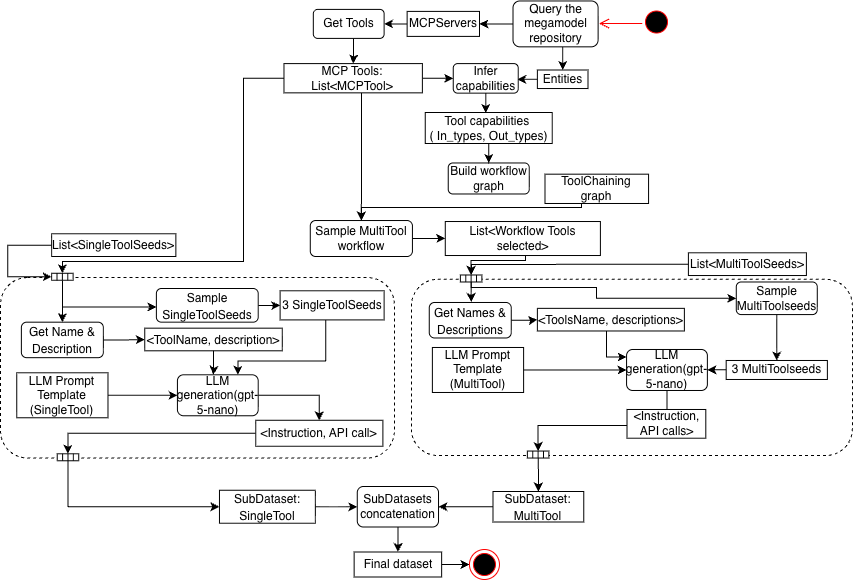
Above: images/dataset_generation.png in NaoMod/MegaModelEval (draw.io), before the change. Source tidied: cells renumbered, new cells last; positions are measured from the earlier drawing's top-left corner, leaving out a move shared by most shapes.
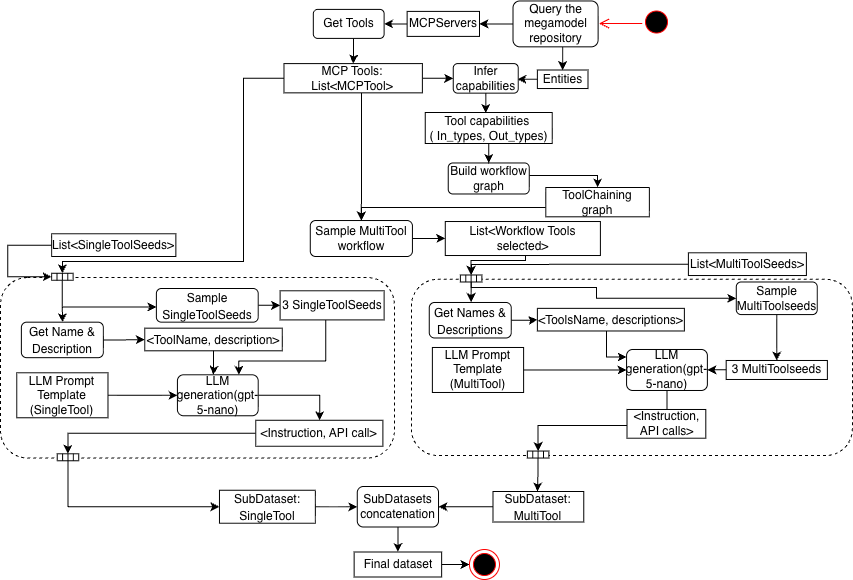
The same file after the commit.

Commit message:
Fix: Fixed picture' layout ( added a missing link)

Diff of the diagram source:
```diff
@@ -316,13 +316,13 @@
     <mxCell id="79" style="edgeStyle=orthogonalEdgeStyle;rounded=0;jettySize=auto;html=1;entryX=0.5;entryY=0;entryDx=0;entryDy=0;" parent="1" edge="1" source="80" target="12">
       <mxGeometry relative="1" as="geometry">
         <Array as="points">
-          <mxPoint x="580.9" y="207" />
-          <mxPoint x="360.9" y="207" />
+          <mxPoint x="599" y="207" />
+          <mxPoint x="361" y="207" />
         </Array>
       </mxGeometry>
     </mxCell>
     <mxCell id="80" value="ToolChaining graph" style="whiteSpace=wrap;html=1;rounded=0;" parent="1" vertex="1">
-      <mxGeometry x="544.5" y="173.7" width="103.6" height="29.3" as="geometry" />
+      <mxGeometry x="545.3" y="187" width="103.6" height="29.3" as="geometry" />
     </mxCell>
     <mxCell id="81" style="rounded=0;whiteSpace=wrap;html=1;rotation=-180;fontSize=14;" parent="1" vertex="1">
       <mxGeometry x="526.9" y="450.6" width="21.5" height="7" as="geometry" />
@@ -348,17 +348,24 @@
     <mxCell id="88" value="&lt;div&gt;&lt;span style=&quot;font-size: 12px;&quot;&gt;Infer&lt;/span&gt;&lt;/div&gt;&lt;div&gt;&lt;span style=&quot;font-size: 12px;&quot;&gt;capabilities&lt;/span&gt;&lt;/div&gt;" style="rounded=1;whiteSpace=wrap;html=1;" parent="1" vertex="1">
       <mxGeometry x="452.8" y="63.1" width="65" height="29.6" as="geometry" />
     </mxCell>
-    <mxCell id="89" value="&lt;div&gt;Build workflow graph&lt;/div&gt;" style="rounded=1;whiteSpace=wrap;html=1;" parent="1" vertex="1">
-      <mxGeometry x="447.7" y="162.5" width="81" height="31" as="geometry" />
+    <mxCell id="89" style="edgeStyle=orthogonalEdgeStyle;rounded=0;jettySize=auto;html=1;entryX=0.5;entryY=0;entryDx=0;entryDy=0;" parent="1" edge="1" source="90" target="80">
+      <mxGeometry relative="1" as="geometry">
+        <Array as="points">
+          <mxPoint x="597" y="175" />
+        </Array>
+      </mxGeometry>
     </mxCell>
-    <mxCell id="90" style="edgeStyle=orthogonalEdgeStyle;rounded=0;jettySize=auto;html=1;entryX=0.5;entryY=0;entryDx=0;entryDy=0;" parent="1" edge="1" source="91" target="89">
-      <mxGeometry relative="1" as="geometry" />
+    <mxCell id="90" value="&lt;div&gt;Build workflow graph&lt;/div&gt;" style="rounded=1;whiteSpace=wrap;html=1;" parent="1" vertex="1">
+      <mxGeometry x="447.7" y="162.5" width="81" height="31" as="geometry" />
     </mxCell>
-    <mxCell id="91" value="Tool capabilities&amp;nbsp;&lt;div&gt;( In_types, Out_types)&lt;/div&gt;" style="whiteSpace=wrap;html=1;rounded=0;" parent="1" vertex="1">
-      <mxGeometry x="424.8" y="112" width="127" height="31" as="geometry" />
+    <mxCell id="91" style="edgeStyle=orthogonalEdgeStyle;rounded=0;jettySize=auto;html=1;entryX=0.5;entryY=0;entryDx=0;entryDy=0;" parent="1" edge="1" source="92" target="90">
+      <mxGeometry relative="1" as="geometry" />
     </mxCell>
-    <mxCell id="92" style="edgeStyle=orthogonalEdgeStyle;rounded=0;jettySize=auto;html=1;entryX=0.48;entryY=0.013;entryDx=0;entryDy=0;entryPerimeter=0;" parent="1" edge="1" source="88" target="91">
-      <mxGeometry relative="1" as="geometry" />
+    <mxCell id="92" value="Tool capabilities&amp;nbsp;&lt;div&gt;( In_types, Out_types)&lt;/div&gt;" style="whiteSpace=wrap;html=1;rounded=0;" parent="1" vertex="1">
+      <mxGeometry x="424.8" y="112" width="127" height="31" as="geometry" />
     </mxCell>
+    <mxCell id="93" style="edgeStyle=orthogonalEdgeStyle;rounded=0;jettySize=auto;html=1;entryX=0.48;entryY=0.013;entryDx=0;entryDy=0;entryPerimeter=0;" parent="1" edge="1" source="88" target="92">
+      <mxGeometry relative="1" as="geometry" />
+    </mxCell>
   </root>
 </mxGraphModel>
```
